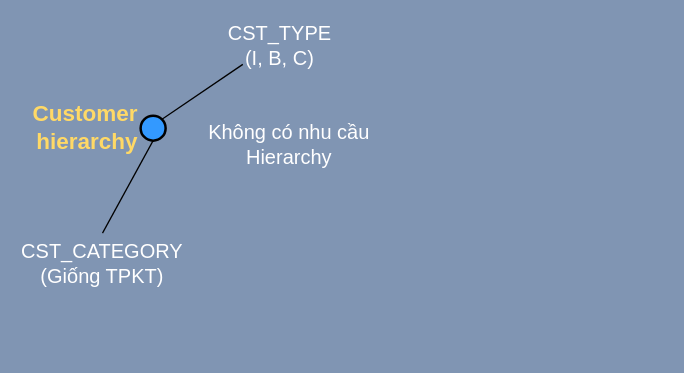
Above: Oracle Aggregate Tables.drawio in uyennt01/Project1 (draw.io), before the change. Source tidied: cells renumbered, new cells numbered last; positions are measured from the earlier drawing's top-left corner, leaving out a move shared by most shapes. Both pictures are drawn from the tidied source at 125%, with x=0, y=0 at pixel (28, 26).
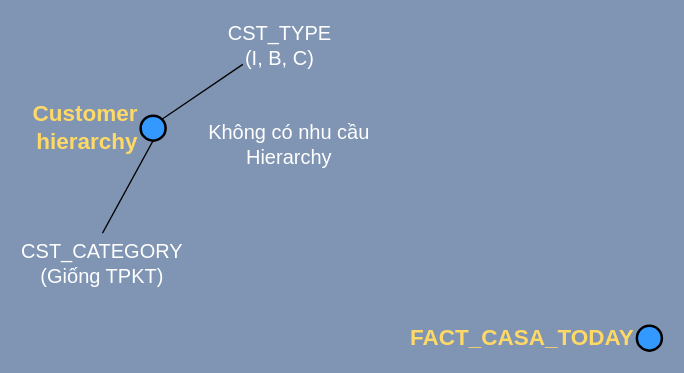
After the change.

The edit, as a diff of the source:
```diff
@@
 <mxGraphModel background="#8095B3">
   <root>
     <mxCell id="0" />
     <mxCell id="1" parent="0" />
     <mxCell id="2" value="Customer hierarchy" style="strokeWidth=2;html=1;shape=mxgraph.flowchart.start_2;whiteSpace=wrap;labelPosition=left;verticalLabelPosition=middle;align=right;verticalAlign=middle;fillColor=#3399FF;fontStyle=1;fontSize=18;fontColor=#FFD966;" parent="1" vertex="1">
       <mxGeometry x="90" y="71" width="20" height="20" as="geometry" />
     </mxCell>
     <mxCell id="3" style="endArrow=none;html=1;labelPosition=center;verticalLabelPosition=bottom;align=center;verticalAlign=top;entryX=0.5;entryY=1;entryDx=0;entryDy=0;entryPerimeter=0;exitX=0.5;exitY=0;exitDx=0;exitDy=0;" parent="1" edge="1" source="6" target="2">
       <mxGeometry relative="1" as="geometry" />
     </mxCell>
     <mxCell id="4" style="endArrow=none;html=1;exitX=0.855;exitY=0.145;exitDx=0;exitDy=0;entryX=0.25;entryY=1;entryDx=0;entryDy=0;exitPerimeter=0;fontColor=#FFFFFF;" parent="1" edge="1" source="2" target="5">
       <mxGeometry relative="1" as="geometry" />
     </mxCell>
     <mxCell id="5" value="&lt;div&gt;CST_TYPE&lt;/div&gt;&lt;div&gt;(I, B, C)&lt;br&gt;&lt;/div&gt;" style="text;html=1;strokeColor=none;fillColor=none;align=center;verticalAlign=middle;whiteSpace=wrap;rounded=0;fontSize=16;fontColor=#FFFFFF;" parent="1" vertex="1">
       <mxGeometry x="142" width="119" height="30" as="geometry" />
     </mxCell>
     <mxCell id="6" value="&lt;div&gt;CST_CATEGORY&lt;/div&gt;&lt;div&gt;(Giống TPKT)&lt;br&gt;&lt;/div&gt;" style="text;html=1;strokeColor=none;fillColor=none;align=center;verticalAlign=middle;whiteSpace=wrap;rounded=0;fontSize=16;fontColor=#FFFFFF;" parent="1" vertex="1">
       <mxGeometry y="165" width="119" height="48" as="geometry" />
     </mxCell>
     <mxCell id="7" value="Không có nhu cầu Hierarchy" style="text;html=1;strokeColor=none;fillColor=none;align=center;verticalAlign=middle;whiteSpace=wrap;rounded=0;fontColor=#FFFFFF;fontSize=16;" parent="1" vertex="1">
       <mxGeometry x="135" y="84" width="148" height="20" as="geometry" />
     </mxCell>
+    <mxCell id="8" value="FACT_CASA_TODAY" style="strokeWidth=2;html=1;shape=mxgraph.flowchart.start_2;whiteSpace=wrap;labelPosition=left;verticalLabelPosition=middle;align=right;verticalAlign=middle;fillColor=#3399FF;fontStyle=1;fontSize=18;fontColor=#FFD966;" parent="1" vertex="1">
+      <mxGeometry x="487" y="239" width="20" height="20" as="geometry" />
+    </mxCell>
   </root>
 </mxGraphModel>
```
